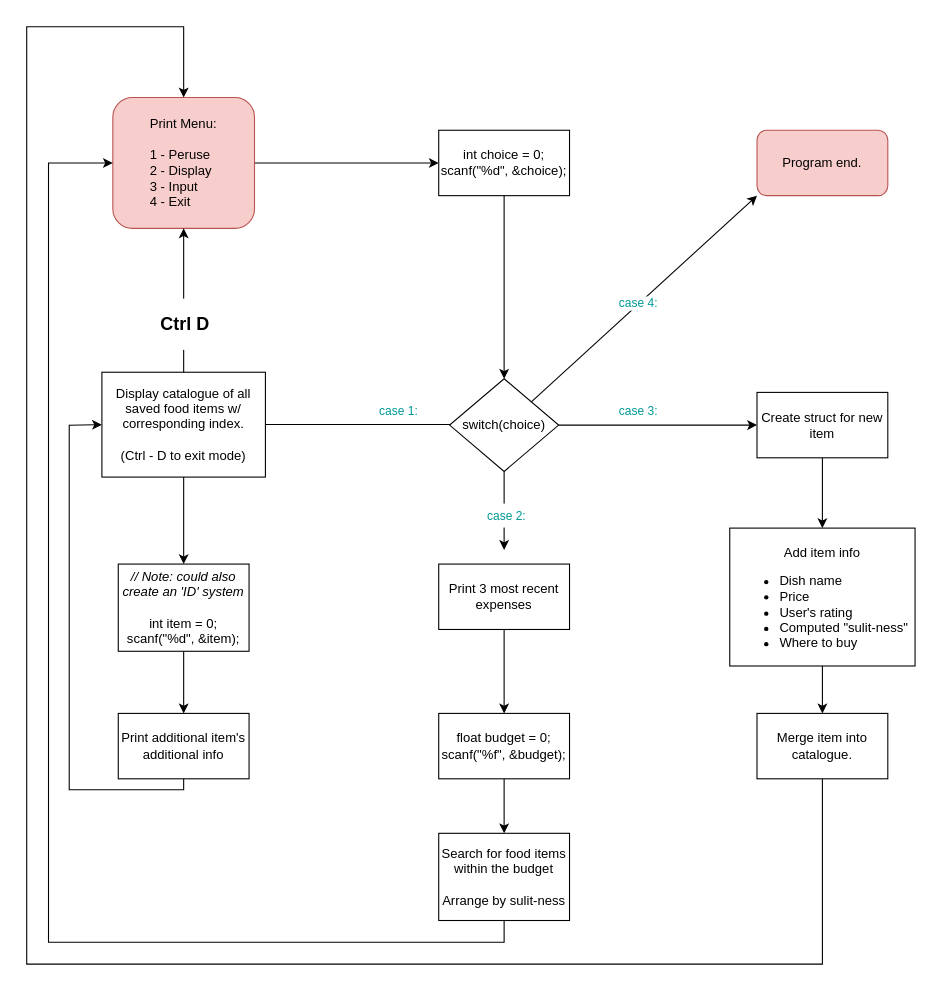
This is MB Program run.drawio from kalidrio/RecoMeal, a draw.io file, before an edit. Source tidied: cells renumbered, new cells numbered last; positions are measured from the earlier drawing's top-left corner, leaving out a move shared by most shapes. Both pictures are drawn from the tidied source at 109%, with x=0, y=0 at pixel (26, 26).
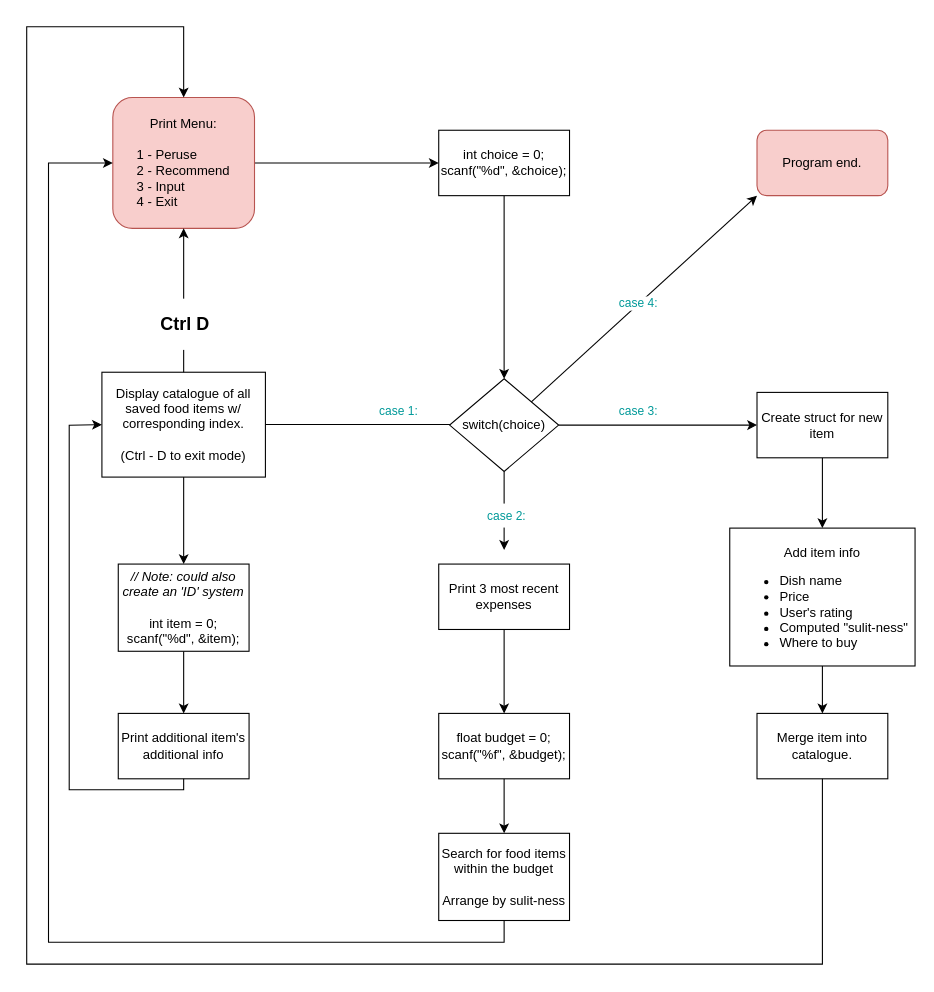
After the change.

What changed in the source:
```diff
@@
-    <mxCell id="5" value="Print Menu:&lt;div style=&quot;text-align: justify;&quot;&gt;&lt;br&gt;&lt;/div&gt;&lt;div style=&quot;text-align: justify;&quot;&gt;1 - Peruse&lt;/div&gt;&lt;div style=&quot;text-align: justify;&quot;&gt;2 - Display&lt;/div&gt;&lt;div style=&quot;text-align: justify;&quot;&gt;3 - Input&amp;nbsp; &amp;nbsp;&amp;nbsp;&lt;/div&gt;&lt;div style=&quot;text-align: justify;&quot;&gt;4 - Exit&amp;nbsp; &amp;nbsp; &amp;nbsp;&amp;nbsp;&lt;/div&gt;" style="rounded=1;whiteSpace=wrap;html=1;fillColor=#f8cecc;strokeColor=#b85450;" parent="1" vertex="1">
+    <mxCell id="5" value="Print Menu:&lt;div style=&quot;text-align: justify;&quot;&gt;&lt;br&gt;&lt;/div&gt;&lt;div style=&quot;text-align: justify;&quot;&gt;1 - Peruse&lt;/div&gt;&lt;div style=&quot;text-align: justify;&quot;&gt;2 - Recommend&lt;/div&gt;&lt;div style=&quot;text-align: justify;&quot;&gt;3 - Input&amp;nbsp; &amp;nbsp;&amp;nbsp;&lt;/div&gt;&lt;div style=&quot;text-align: justify;&quot;&gt;4 - Exit&amp;nbsp; &amp;nbsp; &amp;nbsp;&amp;nbsp;&lt;/div&gt;" style="rounded=1;whiteSpace=wrap;html=1;fillColor=#f8cecc;strokeColor=#b85450;" parent="1" vertex="1">
       <mxGeometry x="79" y="65" width="130" height="120" as="geometry" />
     </mxCell>
```
